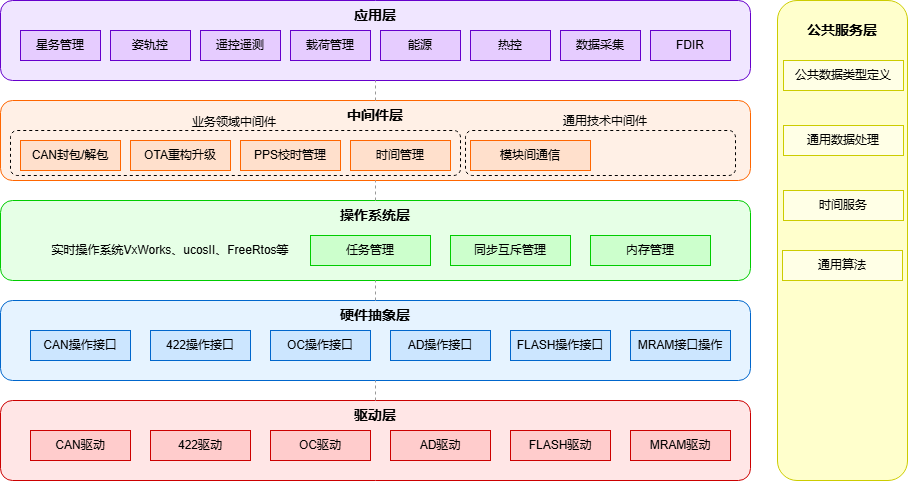
Above: 星务软件架构更新.drawio.png in luoflyxidian/git_aaa (draw.io), before the change. Source tidied: cells renumbered, new cells last; positions are measured from the earlier drawing's top-left corner, leaving out a move shared by most shapes.
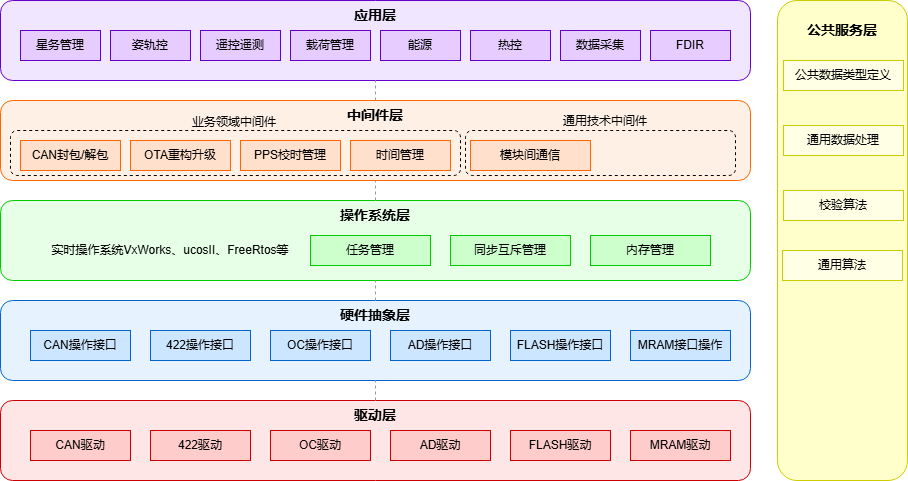
After the commit.

Commit message:
更新星务软件架构更新.drawio.png

What changed in the source:
```diff
@@ -110,7 +110,7 @@
     <mxCell id="37" value="公共数据类型定义" style="rounded=0;whiteSpace=wrap;html=1;fillColor=#FFFFE6;strokeColor=#CCCC00;" parent="1" vertex="1">
       <mxGeometry x="783" y="60" width="120" height="30" as="geometry" />
     </mxCell>
-    <mxCell id="38" value="时间服务" style="rounded=0;whiteSpace=wrap;html=1;fillColor=#FFFFE6;strokeColor=#CCCC00;" parent="1" vertex="1">
+    <mxCell id="38" value="校验算法" style="rounded=0;whiteSpace=wrap;html=1;fillColor=#FFFFE6;strokeColor=#CCCC00;" parent="1" vertex="1">
       <mxGeometry x="783" y="190" width="120" height="30" as="geometry" />
     </mxCell>
     <mxCell id="39" value="通用算法" style="rounded=0;whiteSpace=wrap;html=1;fillColor=#FFFFE6;strokeColor=#CCCC00;" parent="1" vertex="1">
```
